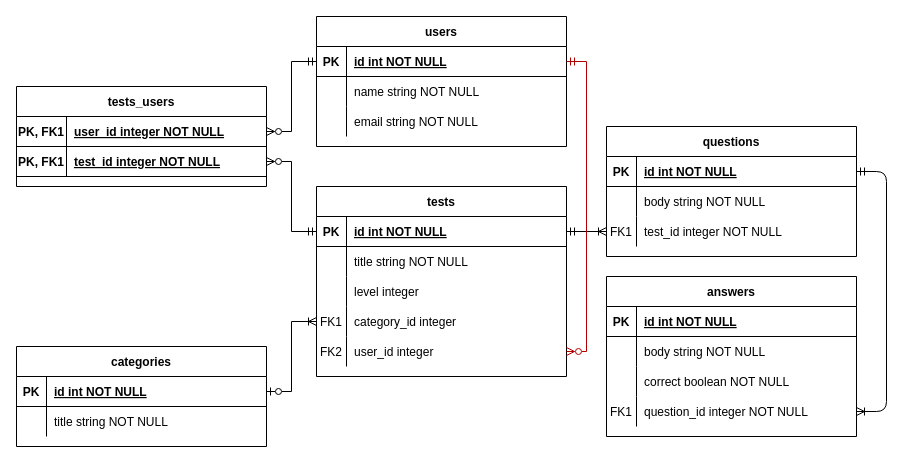
The draw.io diagram Test_Guru.drawio in Alyona-GS/Test_Guru, before the edit. Source tidied: cells renumbered, new cells numbered last; positions are measured from the earlier drawing's top-left corner, leaving out a move shared by most shapes. Both pictures are drawn from the tidied source at 100%, with x=0, y=0 at pixel (16, 16).
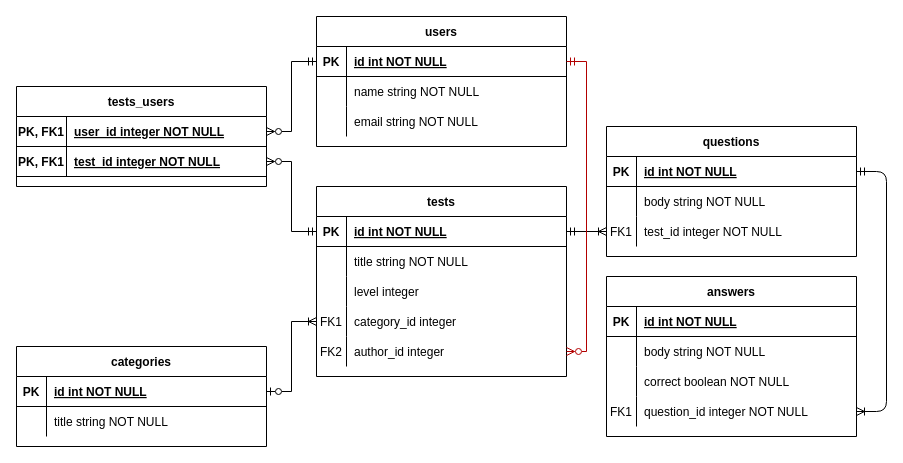
Above is the later version.

Commit message:
docs: rename tests.user_id to author_id Test_Guru.drawio

Unchanged cells that the change refers to:
```xml
<mxCell id="47" style="shape=partialRectangle;fillColor=none;points=[[0,0.5],[1,0.5]];portConstraint=eastwest;top=0;left=0;right=0;bottom=0;" parent="34" vertex="1">
  <mxGeometry y="150" width="250" height="30" as="geometry" />
</mxCell>
```

The edit, as a diff of the source:
```diff
@@
-    <mxCell id="49" value="user_id integer" style="shape=partialRectangle;overflow=hidden;fillColor=none;top=0;left=0;bottom=0;right=0;align=left;spacingLeft=6;" parent="47" vertex="1">
+    <mxCell id="49" value="author_id integer" style="shape=partialRectangle;overflow=hidden;fillColor=none;top=0;left=0;bottom=0;right=0;align=left;spacingLeft=6;" parent="47" vertex="1">
       <mxGeometry x="30" width="220" height="30" as="geometry" />
     </mxCell>
```
